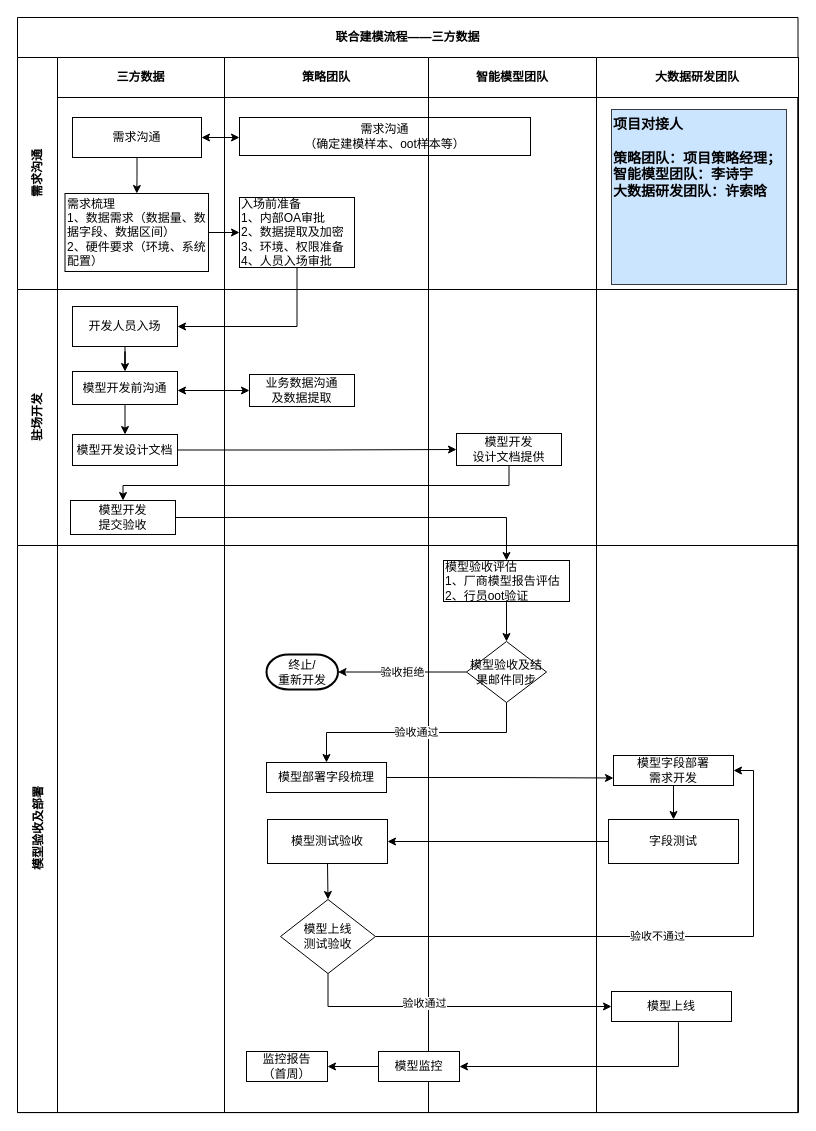
The draw.io diagram page "三方" (2 of 2) of 建模流程.drawio in rayboom/books, before the edit. Source tidied: cells renumbered, new cells numbered last; positions are measured from the earlier drawing's top-left corner, leaving out a move shared by most shapes. Both pictures are drawn from the tidied source at 100%, with x=0, y=0 at pixel (17, 17).
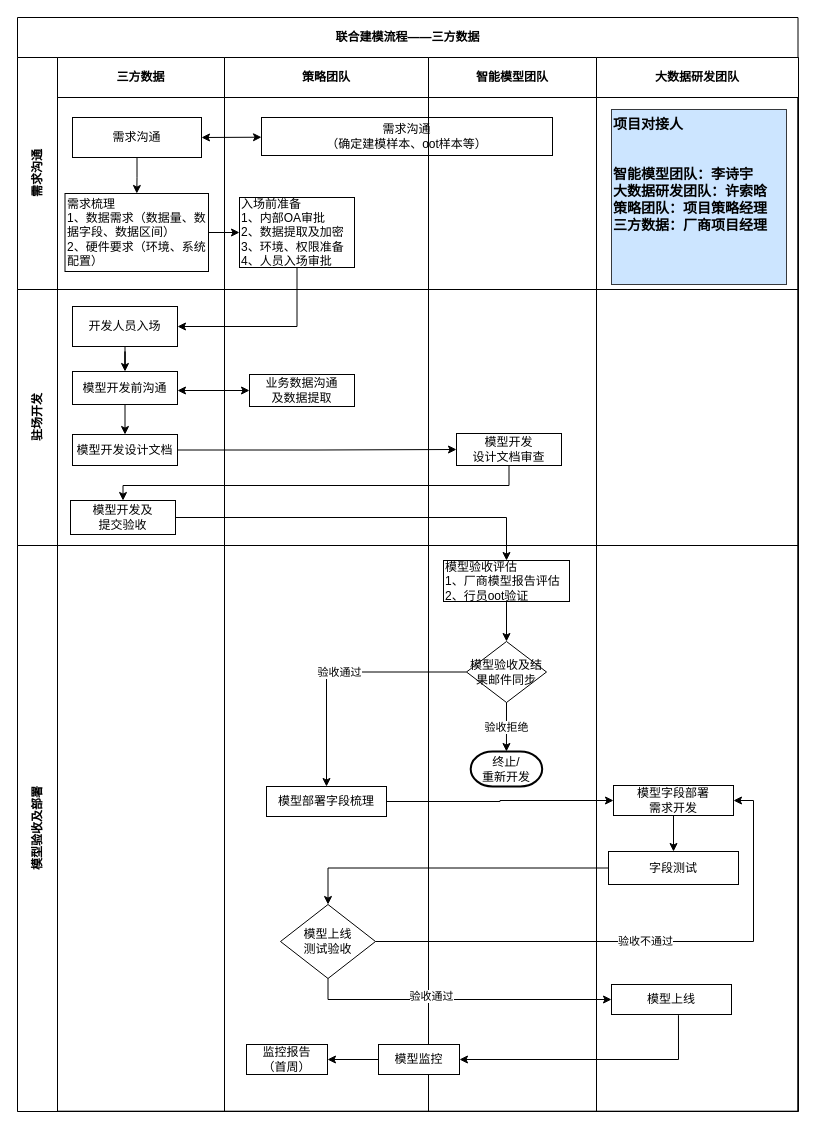
The same page after the edit.

Unchanged cells that the change refers to:
```xml
<mxCell id="3" value="需求沟通" style="swimlane;horizontal=0;startSize=40;html=1;whiteSpace=wrap;fontStyle=1;" parent="2" vertex="1">
  <mxGeometry y="40" width="780.5" height="232" as="geometry" />
</mxCell>
<mxCell id="5" value="需求沟通" style="rounded=0;whiteSpace=wrap;html=1;" parent="4" vertex="1">
  <mxGeometry x="15" y="60" width="129" height="40" as="geometry" />
</mxCell>
<mxCell id="8" value="策略团队" style="swimlane;startSize=40;html=1;whiteSpace=wrap;" parent="3" vertex="1">
  <mxGeometry x="207" width="204" height="232" as="geometry" />
</mxCell>
<mxCell id="13" value="大数据研发团队" style="swimlane;startSize=40;html=1;whiteSpace=wrap;" parent="3" vertex="1">
  <mxGeometry x="579" width="202" height="232" as="geometry" />
</mxCell>
<mxCell id="17" style="swimlane;startSize=0;html=1;whiteSpace=wrap;" parent="16" vertex="1">
  <mxGeometry x="40" width="167" height="256" as="geometry" />
</mxCell>
<mxCell id="27" style="swimlane;startSize=0;html=1;whiteSpace=wrap;" parent="16" vertex="1">
  <mxGeometry x="411" width="168" height="256" as="geometry" />
</mxCell>
<mxCell id="44" value="模型验收及结果邮件同步" style="rhombus;whiteSpace=wrap;html=1;align=center;" parent="38" vertex="1">
  <mxGeometry x="38" y="96" width="80" height="61" as="geometry" />
</mxCell>
```

Change to the diagram source:
```diff
@@
     <mxCell id="2" value="联合建模流程——三方数据" style="shape=table;childLayout=tableLayout;rowLines=0;columnLines=0;startSize=40;html=1;whiteSpace=wrap;fontStyle=1;align=center;" parent="1" vertex="1">
-      <mxGeometry width="780.5" height="1095.1" as="geometry" />
+      <mxGeometry width="780.5" height="1093.7" as="geometry" />
     </mxCell>
@@
     <mxCell id="9" value="需求沟通&lt;br&gt;（确定建模样本、oot样本等）" style="whiteSpace=wrap;html=1;rounded=0;" parent="8" vertex="1">
-      <mxGeometry x="15" y="60" width="291" height="38" as="geometry" />
+      <mxGeometry x="37" y="60" width="291" height="38" as="geometry" />
     </mxCell>
-    <mxCell id="10" style="endArrow=classic;startArrow=classic;html=1;exitX=1;exitY=0.5;exitDx=0;exitDy=0;" parent="8" edge="1" source="5">
-      <mxGeometry relative="1" as="geometry">
-        <mxPoint x="15" y="80" as="targetPoint" />
-      </mxGeometry>
-    </mxCell>
@@
-    <mxCell id="14" value="项目对接人&lt;br&gt;&lt;br style=&quot;font-size: 14px&quot;&gt;策略团队：项目策略经理；&lt;br style=&quot;font-size: 14px&quot;&gt;智能模型团队：李诗宇&lt;br style=&quot;font-size: 14px&quot;&gt;大数据研发团队：许索晗" style="whiteSpace=wrap;html=1;align=left;verticalAlign=top;fontSize=14;fillColor=#cce5ff;strokeColor=#36393d;fontStyle=1;" parent="13" vertex="1">
+    <mxCell id="14" value="项目对接人&lt;br&gt;&lt;br style=&quot;font-size: 14px&quot;&gt;&lt;br style=&quot;font-size: 14px&quot;&gt;智能模型团队：李诗宇&lt;br style=&quot;font-size: 14px&quot;&gt;大数据研发团队：许索晗&lt;br&gt;策略团队：项目策略经理&lt;br&gt;三方数据：厂商项目经理" style="whiteSpace=wrap;html=1;align=left;verticalAlign=top;fontSize=14;fillColor=#cce5ff;strokeColor=#36393d;fontStyle=1;" parent="13" vertex="1">
       <mxGeometry x="15" y="52" width="175" height="175" as="geometry" />
     </mxCell>
@@
+    <mxCell id="10" style="endArrow=classic;startArrow=classic;html=1;exitX=1;exitY=0.5;exitDx=0;exitDy=0;" parent="3" edge="1" source="5" target="9">
+      <mxGeometry relative="1" as="geometry" />
+    </mxCell>
@@
-    <mxCell id="22" value="模型开发&lt;br&gt;提交验收" style="rounded=0;whiteSpace=wrap;html=1;" parent="17" vertex="1">
+    <mxCell id="22" value="模型开发及&lt;br&gt;提交验收" style="rounded=0;whiteSpace=wrap;html=1;" parent="17" vertex="1">
       <mxGeometry x="13" y="211" width="105" height="34" as="geometry" />
     </mxCell>
@@
-    <mxCell id="28" value="模型开发&lt;br&gt;设计文档提供" style="rounded=0;whiteSpace=wrap;html=1;" parent="27" vertex="1">
+    <mxCell id="28" value="模型开发&lt;br&gt;设计文档审查" style="rounded=0;whiteSpace=wrap;html=1;" parent="27" vertex="1">
       <mxGeometry x="28" y="144" width="105" height="32" as="geometry" />
     </mxCell>
@@
     <mxCell id="32" value="模型验收及部署" style="swimlane;horizontal=0;startSize=40;html=1;whiteSpace=wrap;" parent="2" vertex="1">
-      <mxGeometry y="528" width="780.5" height="567" as="geometry" />
+      <mxGeometry y="528" width="780.5" height="566" as="geometry" />
     </mxCell>
     <mxCell id="33" style="swimlane;startSize=0;html=1;whiteSpace=wrap;" parent="32" vertex="1">
-      <mxGeometry x="40" width="167" height="567" as="geometry" />
+      <mxGeometry x="40" width="167" height="566" as="geometry" />
     </mxCell>
     <mxCell id="34" style="swimlane;startSize=0;html=1;whiteSpace=wrap;" parent="32" vertex="1">
-      <mxGeometry x="207" width="204" height="567" as="geometry" />
+      <mxGeometry x="207" width="204" height="566" as="geometry" />
     </mxCell>
     <mxCell id="35" value="模型部署字段梳理" style="whiteSpace=wrap;html=1;rounded=0;" parent="34" vertex="1">
-      <mxGeometry x="42" y="217" width="120" height="30" as="geometry" />
+      <mxGeometry x="42" y="241" width="120" height="30" as="geometry" />
     </mxCell>
-    <mxCell id="36" value="终止/&lt;br&gt;重新开发" style="strokeWidth=2;html=1;shape=mxgraph.flowchart.terminator;whiteSpace=wrap;align=center;" parent="34" vertex="1">
-      <mxGeometry x="42" y="109" width="71.5" height="35" as="geometry" />
-    </mxCell>
     <mxCell id="37" value="监控报告&lt;br&gt;（首周）" style="whiteSpace=wrap;html=1;rounded=0;" parent="34" vertex="1">
-      <mxGeometry x="22" y="506" width="81" height="30" as="geometry" />
+      <mxGeometry x="22" y="499" width="81" height="30" as="geometry" />
     </mxCell>
     <mxCell id="38" style="swimlane;startSize=0;html=1;whiteSpace=wrap;" parent="32" vertex="1">
-      <mxGeometry x="411" width="168" height="567" as="geometry" />
+      <mxGeometry x="411" width="168" height="566" as="geometry" />
     </mxCell>
@@
-    <mxCell id="41" style="edgeStyle=orthogonalEdgeStyle;rounded=0;jettySize=auto;html=1;exitX=0.5;exitY=1;exitDx=0;exitDy=0;entryX=0.5;entryY=0;entryDx=0;entryDy=0;" parent="38" edge="1" source="42" target="43">
-      <mxGeometry relative="1" as="geometry" />
-    </mxCell>
-    <mxCell id="42" value="模型测试验收" style="whiteSpace=wrap;html=1;rounded=0;" parent="38" vertex="1">
-      <mxGeometry x="-161" y="274" width="120" height="44" as="geometry" />
-    </mxCell>
     <mxCell id="43" value="模型上线&lt;br&gt;测试验收" style="rhombus;whiteSpace=wrap;html=1;align=center;" parent="38" vertex="1">
-      <mxGeometry x="-148" y="354" width="95" height="74" as="geometry" />
+      <mxGeometry x="-148" y="359" width="95" height="74" as="geometry" />
     </mxCell>
@@
     <mxCell id="45" value="模型监控" style="whiteSpace=wrap;html=1;rounded=0;" parent="38" vertex="1">
-      <mxGeometry x="-50" y="506" width="81" height="30" as="geometry" />
+      <mxGeometry x="-50" y="499" width="81" height="30" as="geometry" />
     </mxCell>
+    <mxCell id="36" value="终止/&lt;br&gt;重新开发" style="strokeWidth=2;html=1;shape=mxgraph.flowchart.terminator;whiteSpace=wrap;align=center;" parent="38" vertex="1">
+      <mxGeometry x="42.2" y="206" width="71.5" height="35" as="geometry" />
+    </mxCell>
+    <mxCell id="57" value="验收拒绝" style="edgeStyle=orthogonalEdgeStyle;rounded=0;jettySize=auto;html=1;exitX=0.5;exitY=1;exitDx=0;exitDy=0;entryX=0.5;entryY=0;entryDx=0;entryDy=0;entryPerimeter=0;" parent="38" edge="1" source="44" target="36">
+      <mxGeometry relative="1" as="geometry" />
+    </mxCell>
     <mxCell id="46" style="swimlane;startSize=0;html=1;whiteSpace=wrap;" parent="32" vertex="1">
-      <mxGeometry x="579" width="202" height="567" as="geometry" />
+      <mxGeometry x="579" width="202" height="566" as="geometry" />
     </mxCell>
     <mxCell id="47" value="模型字段部署&lt;br&gt;需求开发" style="whiteSpace=wrap;html=1;rounded=0;" parent="46" vertex="1">
-      <mxGeometry x="17" y="210" width="120" height="30" as="geometry" />
+      <mxGeometry x="17" y="240" width="120" height="30" as="geometry" />
     </mxCell>
     <mxCell id="48" value="字段测试" style="whiteSpace=wrap;html=1;rounded=0;" parent="46" vertex="1">
-      <mxGeometry x="12" y="274" width="130" height="44" as="geometry" />
+      <mxGeometry x="12" y="306" width="130" height="33" as="geometry" />
     </mxCell>
@@
     <mxCell id="50" value="模型上线" style="whiteSpace=wrap;html=1;rounded=0;" parent="46" vertex="1">
-      <mxGeometry x="15" y="446" width="120" height="30" as="geometry" />
+      <mxGeometry x="15" y="439" width="120" height="30" as="geometry" />
     </mxCell>
-    <mxCell id="51" style="edgeStyle=orthogonalEdgeStyle;rounded=0;jettySize=auto;html=1;entryX=0;entryY=0.75;entryDx=0;entryDy=0;" parent="32" edge="1" source="35" target="47">
-      <mxGeometry relative="1" as="geometry" />
-    </mxCell>
@@
-    <mxCell id="56" style="edgeStyle=orthogonalEdgeStyle;rounded=0;jettySize=auto;html=1;" parent="32" edge="1" source="48" target="42">
+    <mxCell id="56" style="edgeStyle=orthogonalEdgeStyle;rounded=0;jettySize=auto;html=1;entryX=0.5;entryY=0;entryDx=0;entryDy=0;" parent="32" edge="1" source="48" target="43">
       <mxGeometry relative="1" as="geometry" />
     </mxCell>
-    <mxCell id="57" value="验收拒绝" style="edgeStyle=orthogonalEdgeStyle;rounded=0;jettySize=auto;html=1;exitX=0;exitY=0.5;exitDx=0;exitDy=0;entryX=1;entryY=0.5;entryDx=0;entryDy=0;entryPerimeter=0;" parent="32" edge="1" source="44" target="36">
-      <mxGeometry relative="1" as="geometry" />
-    </mxCell>
-    <mxCell id="58" value="验收通过" style="edgeStyle=orthogonalEdgeStyle;rounded=0;jettySize=auto;html=1;exitX=0.5;exitY=1;exitDx=0;exitDy=0;" parent="32" edge="1" source="44" target="35">
+    <mxCell id="58" value="验收通过" style="edgeStyle=orthogonalEdgeStyle;rounded=0;jettySize=auto;html=1;exitX=0;exitY=0.5;exitDx=0;exitDy=0;" parent="32" edge="1" source="44" target="35">
       <mxGeometry relative="1" as="geometry" />
     </mxCell>
@@
+    <mxCell id="51" style="edgeStyle=orthogonalEdgeStyle;rounded=0;jettySize=auto;html=1;exitX=1;exitY=0.5;exitDx=0;exitDy=0;entryX=0;entryY=0.5;entryDx=0;entryDy=0;fontFamily=Helvetica;fontSize=14;fontColor=#000000;" parent="32" edge="1" source="35" target="47">
+      <mxGeometry relative="1" as="geometry" />
+    </mxCell>
```
